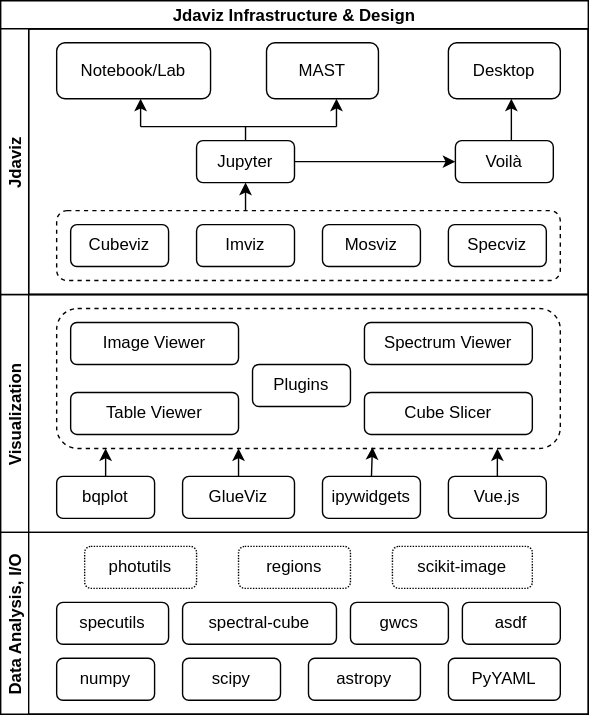
Before: docs/dev/jdaviz.svg, a diagram exported from draw.io (spacetelescope/jdaviz). Source tidied: cells renumbered, new cells last; positions are measured from the earlier drawing's top-left corner, leaving out a move shared by most shapes.
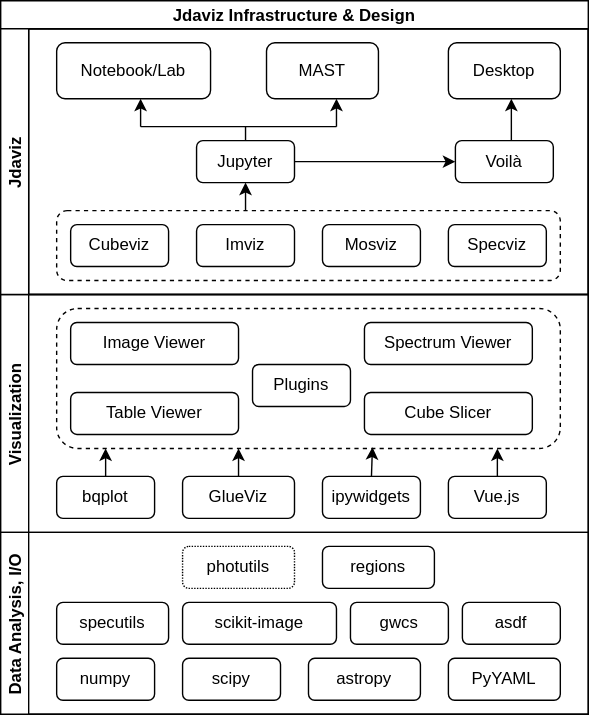
Above is the later version.

What changed in the source:
```diff
@@ -96,17 +96,14 @@
     <mxCell id="31" value="specutils" style="rounded=1;whiteSpace=wrap;html=1;" parent="28" vertex="1">
       <mxGeometry x="40" y="50" width="80" height="30" as="geometry" />
     </mxCell>
-    <mxCell id="32" value="spectral-cube" style="rounded=1;whiteSpace=wrap;html=1;" parent="28" vertex="1">
-      <mxGeometry x="130" y="50" width="110" height="30" as="geometry" />
-    </mxCell>
     <mxCell id="33" value="scipy" style="rounded=1;whiteSpace=wrap;html=1;" parent="28" vertex="1">
       <mxGeometry x="130" y="90" width="70" height="30" as="geometry" />
     </mxCell>
     <mxCell id="34" value="photutils" style="rounded=1;whiteSpace=wrap;html=1;dashed=1;dashPattern=1 1;" parent="28" vertex="1">
-      <mxGeometry x="60" y="10" width="80" height="30" as="geometry" />
+      <mxGeometry x="130" y="10" width="80" height="30" as="geometry" />
     </mxCell>
-    <mxCell id="35" value="scikit-image" style="rounded=1;whiteSpace=wrap;html=1;dashed=1;dashPattern=1 1;" parent="28" vertex="1">
-      <mxGeometry x="280" y="10" width="100" height="30" as="geometry" />
+    <mxCell id="35" value="scikit-image" style="rounded=1;whiteSpace=wrap;html=1;" parent="28" vertex="1">
+      <mxGeometry x="130" y="50" width="110" height="30" as="geometry" />
     </mxCell>
     <mxCell id="36" value="asdf" style="rounded=1;whiteSpace=wrap;html=1;" parent="28" vertex="1">
       <mxGeometry x="330" y="50" width="70" height="30" as="geometry" />
@@ -117,8 +114,8 @@
     <mxCell id="38" value="gwcs" style="rounded=1;whiteSpace=wrap;html=1;" parent="28" vertex="1">
       <mxGeometry x="250" y="50" width="70" height="30" as="geometry" />
     </mxCell>
-    <mxCell id="39" value="regions" style="rounded=1;whiteSpace=wrap;html=1;dashed=1;dashPattern=1 1;" parent="28" vertex="1">
-      <mxGeometry x="170" y="10" width="80" height="30" as="geometry" />
+    <mxCell id="39" value="regions" style="rounded=1;whiteSpace=wrap;html=1;" parent="28" vertex="1">
+      <mxGeometry x="230" y="10" width="80" height="30" as="geometry" />
     </mxCell>
     <mxCell id="40" value="Jdaviz" style="swimlane;startSize=20;horizontal=0;" parent="1" vertex="1">
       <mxGeometry y="20" width="420" height="190" as="geometry" />
```
